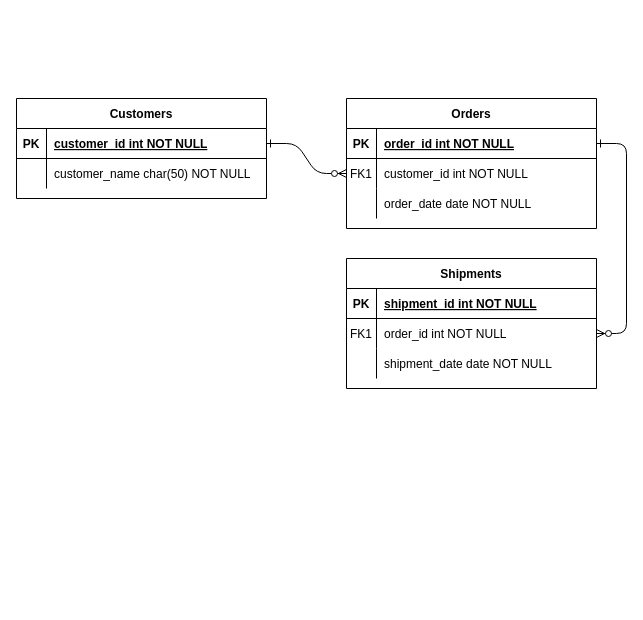
This is Untitled Diagram.drawio from yoichi0615/app-backend, a draw.io file, before an edit. Source tidied: cells renumbered, new cells numbered last; positions are measured from the earlier drawing's top-left corner, leaving out a move shared by most shapes. Both pictures are drawn from the tidied source at 100%, with x=0, y=0 at pixel (16, 98).
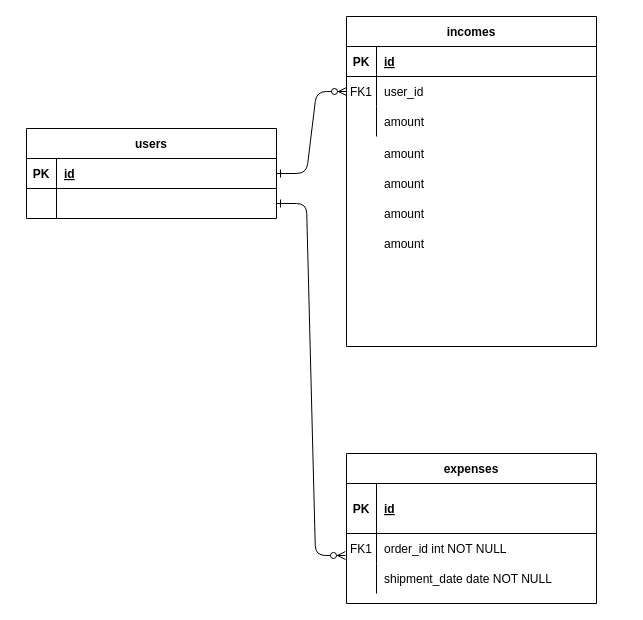
The same page after the edit.

Commit message:
household account book Diagram.drawio

Unchanged cells that the change refers to:
```xml
<mxCell id="5" style="shape=partialRectangle;fillColor=none;points=[[0,0.5],[1,0.5]];portConstraint=eastwest;top=0;left=0;right=0;bottom=1;" parent="4" vertex="1">
  <mxGeometry y="30" width="250" height="30" as="geometry" />
</mxCell>
<mxCell id="8" style="shape=partialRectangle;fillColor=none;points=[[0,0.5],[1,0.5]];portConstraint=eastwest;top=0;left=0;right=0;bottom=0;" parent="4" vertex="1">
  <mxGeometry y="60" width="250" height="30" as="geometry" />
</mxCell>
<mxCell id="11" style="shape=partialRectangle;fillColor=none;top=0;left=0;right=0;bottom=0;" parent="4" vertex="1">
  <mxGeometry y="90" width="250" height="30" as="geometry" />
</mxCell>
<mxCell id="25" style="shape=partialRectangle;fillColor=none;points=[[0,0.5],[1,0.5]];portConstraint=eastwest;top=0;left=0;right=0;bottom=1;" parent="24" vertex="1">
  <mxGeometry y="30" width="250" height="30" as="geometry" />
</mxCell>
<mxCell id="28" style="shape=partialRectangle;fillColor=none;points=[[0,0.5],[1,0.5]];portConstraint=eastwest;top=0;left=0;right=0;bottom=0;" parent="24" vertex="1">
  <mxGeometry y="60" width="250" height="30" as="geometry" />
</mxCell>
```

What changed in the source:
```diff
@@
-    <mxCell id="3" style="edgeStyle=entityRelationEdgeStyle;endArrow=ERzeroToMany;startArrow=ERone;endFill=1;startFill=0;" parent="1" edge="1" source="5" target="18">
-      <mxGeometry relative="1" as="geometry" />
-    </mxCell>
-    <mxCell id="4" value="Orders" style="shape=table;startSize=30;childLayout=tableLayout;rowLines=0;fontStyle=1;align=center;" parent="1" vertex="1">
-      <mxGeometry x="330" width="250" height="130" as="geometry" />
+    <mxCell id="4" value="incomes" style="shape=table;startSize=30;childLayout=tableLayout;rowLines=0;fontStyle=1;align=center;" parent="1" vertex="1">
+      <mxGeometry x="330" y="-82" width="250" height="330" as="geometry" />
     </mxCell>
@@
-    <mxCell id="7" value="order_id int NOT NULL " style="shape=partialRectangle;overflow=hidden;fillColor=none;top=0;left=0;bottom=0;right=0;align=left;spacingLeft=6;fontStyle=5;" parent="5" vertex="1">
+    <mxCell id="7" value="id" style="shape=partialRectangle;overflow=hidden;fillColor=none;top=0;left=0;bottom=0;right=0;align=left;spacingLeft=6;fontStyle=5;" parent="5" vertex="1">
       <mxGeometry x="30" width="220" height="30" as="geometry" />
     </mxCell>
@@
-    <mxCell id="10" value="customer_id int NOT NULL" style="shape=partialRectangle;overflow=hidden;fillColor=none;top=0;left=0;bottom=0;right=0;align=left;spacingLeft=6;" parent="8" vertex="1">
+    <mxCell id="10" value="user_id" style="shape=partialRectangle;overflow=hidden;fillColor=none;top=0;left=0;bottom=0;right=0;align=left;spacingLeft=6;" parent="8" vertex="1">
       <mxGeometry x="30" width="220" height="30" as="geometry" />
     </mxCell>
@@
-    <mxCell id="13" value="order_date date NOT NULL" style="shape=partialRectangle;overflow=hidden;fillColor=none;top=0;left=0;bottom=0;right=0;align=left;spacingLeft=6;" parent="11" vertex="1">
+    <mxCell id="13" value="amount" style="shape=partialRectangle;overflow=hidden;fillColor=none;top=0;left=0;bottom=0;right=0;align=left;spacingLeft=6;" parent="11" vertex="1">
       <mxGeometry x="30" width="220" height="30" as="geometry" />
     </mxCell>
-    <mxCell id="14" value="Shipments" style="shape=table;startSize=30;childLayout=tableLayout;rowLines=0;fontStyle=1;align=center;" parent="1" vertex="1">
-      <mxGeometry x="330" y="160" width="250" height="130" as="geometry" />
+    <mxCell id="14" value="expenses" style="shape=table;startSize=30;childLayout=tableLayout;rowLines=0;fontStyle=1;align=center;" parent="1" vertex="1">
+      <mxGeometry x="330" y="355" width="250" height="150" as="geometry" />
     </mxCell>
     <mxCell id="15" style="shape=partialRectangle;fillColor=none;top=0;left=0;right=0;bottom=1;" parent="14" vertex="1">
-      <mxGeometry y="30" width="250" height="30" as="geometry" />
+      <mxGeometry y="30" width="250" height="50" as="geometry" />
     </mxCell>
     <mxCell id="16" value="PK" style="shape=partialRectangle;overflow=hidden;fillColor=none;top=0;left=0;bottom=0;right=0;fontStyle=1;" parent="15" vertex="1">
-      <mxGeometry width="30" height="30" as="geometry" />
+      <mxGeometry width="30" height="50" as="geometry" />
     </mxCell>
-    <mxCell id="17" value="shipment_id int NOT NULL " style="shape=partialRectangle;overflow=hidden;fillColor=none;top=0;left=0;bottom=0;right=0;align=left;spacingLeft=6;fontStyle=5;" parent="15" vertex="1">
-      <mxGeometry x="30" width="220" height="30" as="geometry" />
+    <mxCell id="17" value="id" style="shape=partialRectangle;overflow=hidden;fillColor=none;top=0;left=0;bottom=0;right=0;align=left;spacingLeft=6;fontStyle=5;" parent="15" vertex="1">
+      <mxGeometry x="30" width="220" height="50" as="geometry" />
     </mxCell>
     <mxCell id="18" style="shape=partialRectangle;fillColor=none;points=[[0,0.5],[1,0.5]];portConstraint=eastwest;top=0;left=0;right=0;bottom=0;" parent="14" vertex="1">
-      <mxGeometry y="60" width="250" height="30" as="geometry" />
+      <mxGeometry y="80" width="250" height="30" as="geometry" />
     </mxCell>
@@
     <mxCell id="21" style="shape=partialRectangle;fillColor=none;top=0;left=0;right=0;bottom=0;" parent="14" vertex="1">
-      <mxGeometry y="90" width="250" height="30" as="geometry" />
+      <mxGeometry y="110" width="250" height="30" as="geometry" />
     </mxCell>
@@
-    <mxCell id="24" value="Customers" style="shape=table;startSize=30;childLayout=tableLayout;rowLines=0;fontStyle=1;align=center;" parent="1" vertex="1">
-      <mxGeometry width="250" height="100" as="geometry" />
+    <mxCell id="24" value="users" style="shape=table;startSize=30;childLayout=tableLayout;rowLines=0;fontStyle=1;align=center;" parent="1" vertex="1">
+      <mxGeometry x="10" y="30" width="250" height="90" as="geometry" />
     </mxCell>
@@
-    <mxCell id="27" value="customer_id int NOT NULL " style="shape=partialRectangle;overflow=hidden;fillColor=none;top=0;left=0;bottom=0;right=0;align=left;spacingLeft=6;fontStyle=5;" parent="25" vertex="1">
+    <mxCell id="27" value="id" style="shape=partialRectangle;overflow=hidden;fillColor=none;top=0;left=0;bottom=0;right=0;align=left;spacingLeft=6;fontStyle=5;" parent="25" vertex="1">
       <mxGeometry x="30" width="220" height="30" as="geometry" />
     </mxCell>
@@
-    <mxCell id="30" value="customer_name char(50) NOT NULL" style="shape=partialRectangle;overflow=hidden;fillColor=none;top=0;left=0;bottom=0;right=0;align=left;spacingLeft=6;" parent="28" vertex="1">
+    <mxCell id="30" style="shape=partialRectangle;overflow=hidden;fillColor=none;top=0;left=0;bottom=0;right=0;align=left;spacingLeft=6;" parent="28" vertex="1">
       <mxGeometry x="30" width="220" height="30" as="geometry" />
     </mxCell>
+    <mxCell id="31" style="edgeStyle=entityRelationEdgeStyle;endArrow=ERzeroToMany;startArrow=ERone;endFill=1;startFill=0;exitX=1;exitY=0.5;exitDx=0;exitDy=0;entryX=-0.004;entryY=0.733;entryDx=0;entryDy=0;entryPerimeter=0;" parent="1" edge="1" source="28" target="18">
+      <mxGeometry relative="1" as="geometry" />
+    </mxCell>
+    <mxCell id="32" style="shape=partialRectangle;fillColor=none;top=0;left=0;right=0;bottom=0;" parent="1" vertex="1">
+      <mxGeometry x="330" y="40" width="250" height="30" as="geometry" />
+    </mxCell>
+    <mxCell id="33" style="shape=partialRectangle;overflow=hidden;fillColor=none;top=0;left=0;bottom=0;right=0;" parent="32" vertex="1">
+      <mxGeometry width="30" height="30" as="geometry" />
+    </mxCell>
+    <mxCell id="34" value="amount" style="shape=partialRectangle;overflow=hidden;fillColor=none;top=0;left=0;bottom=0;right=0;align=left;spacingLeft=6;" parent="32" vertex="1">
+      <mxGeometry x="30" width="220" height="30" as="geometry" />
+    </mxCell>
+    <mxCell id="35" style="shape=partialRectangle;fillColor=none;top=0;left=0;right=0;bottom=0;" parent="1" vertex="1">
+      <mxGeometry x="330" y="70" width="250" height="30" as="geometry" />
+    </mxCell>
+    <mxCell id="36" style="shape=partialRectangle;overflow=hidden;fillColor=none;top=0;left=0;bottom=0;right=0;" parent="35" vertex="1">
+      <mxGeometry width="30" height="30" as="geometry" />
+    </mxCell>
+    <mxCell id="37" value="amount" style="shape=partialRectangle;overflow=hidden;fillColor=none;top=0;left=0;bottom=0;right=0;align=left;spacingLeft=6;" parent="35" vertex="1">
+      <mxGeometry x="30" width="220" height="30" as="geometry" />
+    </mxCell>
+    <mxCell id="38" style="shape=partialRectangle;fillColor=none;top=0;left=0;right=0;bottom=0;" parent="1" vertex="1">
+      <mxGeometry x="330" y="100" width="250" height="30" as="geometry" />
+    </mxCell>
+    <mxCell id="39" style="shape=partialRectangle;overflow=hidden;fillColor=none;top=0;left=0;bottom=0;right=0;" parent="38" vertex="1">
+      <mxGeometry width="30" height="30" as="geometry" />
+    </mxCell>
+    <mxCell id="40" value="amount" style="shape=partialRectangle;overflow=hidden;fillColor=none;top=0;left=0;bottom=0;right=0;align=left;spacingLeft=6;" parent="38" vertex="1">
+      <mxGeometry x="30" width="220" height="30" as="geometry" />
+    </mxCell>
+    <mxCell id="41" style="shape=partialRectangle;fillColor=none;top=0;left=0;right=0;bottom=0;" parent="1" vertex="1">
+      <mxGeometry x="330" y="130" width="250" height="30" as="geometry" />
+    </mxCell>
+    <mxCell id="42" style="shape=partialRectangle;overflow=hidden;fillColor=none;top=0;left=0;bottom=0;right=0;" parent="41" vertex="1">
+      <mxGeometry width="30" height="30" as="geometry" />
+    </mxCell>
+    <mxCell id="43" value="amount" style="shape=partialRectangle;overflow=hidden;fillColor=none;top=0;left=0;bottom=0;right=0;align=left;spacingLeft=6;" parent="41" vertex="1">
+      <mxGeometry x="30" width="220" height="30" as="geometry" />
+    </mxCell>
```
